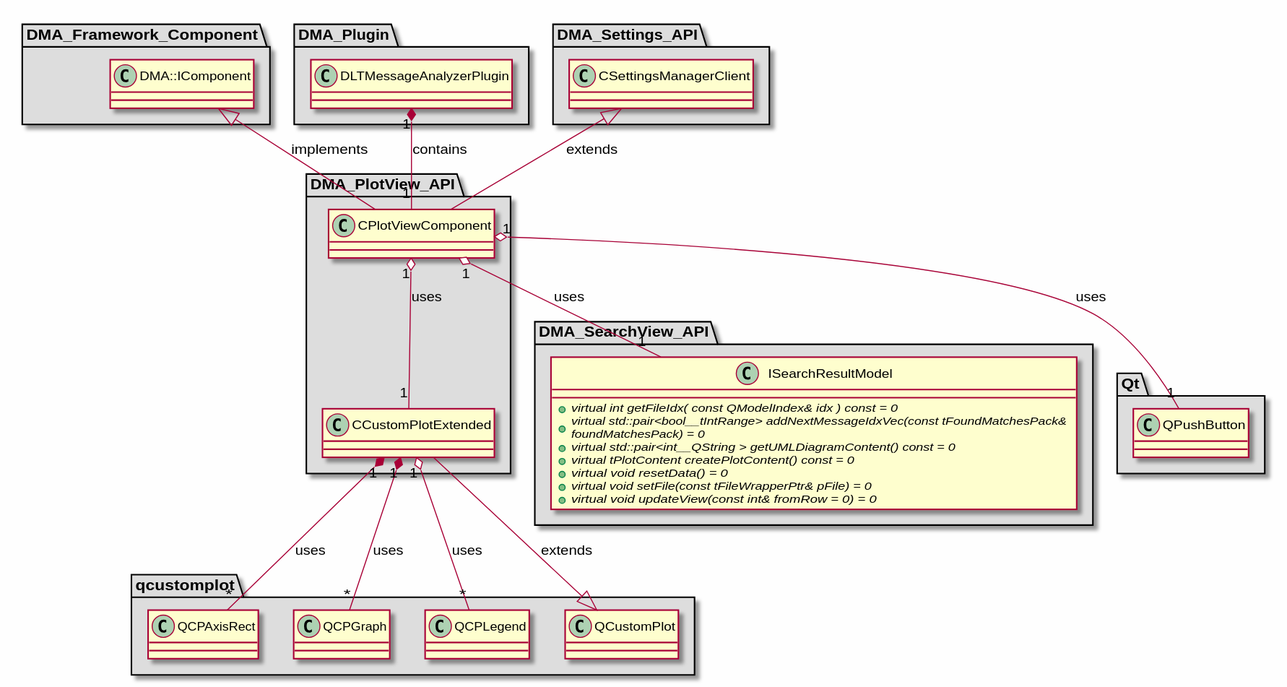
Earlier version of the PlantUML export md/dev_docs/puml/DMA_PlotView_API.svg (svlad-90/DLT-Message-Analyzer). Its diagram source:
```plantuml
@startuml

skinparam backgroundColor #FEFEFE
skinparam wrapWidth 600
package "DMA_Framework_Component" #DDDDDD
{

class "DMA::IComponent"
{
}

}

package "DMA_PlotView_API" #DDDDDD
{

class "CCustomPlotExtended"
{
}

class "CPlotViewComponent"
{
}

}

package "DMA_Plugin" #DDDDDD
{

class "DLTMessageAnalyzerPlugin"
{
}

}

package "DMA_SearchView_API" #DDDDDD
{

class "ISearchResultModel"
{
    + {abstract} virtual int getFileIdx( const QModelIndex& idx ) const = 0
    + {abstract} virtual std::pair<bool__tIntRange> addNextMessageIdxVec(const tFoundMatchesPack& foundMatchesPack) = 0
    + {abstract} virtual std::pair<int__QString > getUMLDiagramContent() const = 0
    + {abstract} virtual tPlotContent createPlotContent() const = 0
    + {abstract} virtual void resetData() = 0
    + {abstract} virtual void setFile(const tFileWrapperPtr& pFile) = 0
    + {abstract} virtual void updateView(const int& fromRow = 0) = 0
}

}

package "DMA_Settings_API" #DDDDDD
{

class "CSettingsManagerClient"
{
}

}

package "Qt" #DDDDDD
{

class "QPushButton"
{
}

}

package "qcustomplot" #DDDDDD
{

class "QCPAxisRect"
{
}

class "QCPGraph"
{
}

class "QCPLegend"
{
}

class "QCustomPlot"
{
}

}

QCustomPlot <|-- CCustomPlotExtended : extends
CSettingsManagerClient <|-- CPlotViewComponent : extends
DMA::IComponent <|-- CPlotViewComponent : implements

CCustomPlotExtended "1" *-- "*" QCPAxisRect : uses
CCustomPlotExtended "1" *-- "*" QCPGraph : uses
CCustomPlotExtended "1" o-- "*" QCPLegend : uses
CPlotViewComponent "1" o-- "1" CCustomPlotExtended : uses
CPlotViewComponent "1" o-- "1" ISearchResultModel : uses
CPlotViewComponent "1" o-- "1" QPushButton : uses
DLTMessageAnalyzerPlugin "1" *-- "1" CPlotViewComponent : contains

@enduml
```
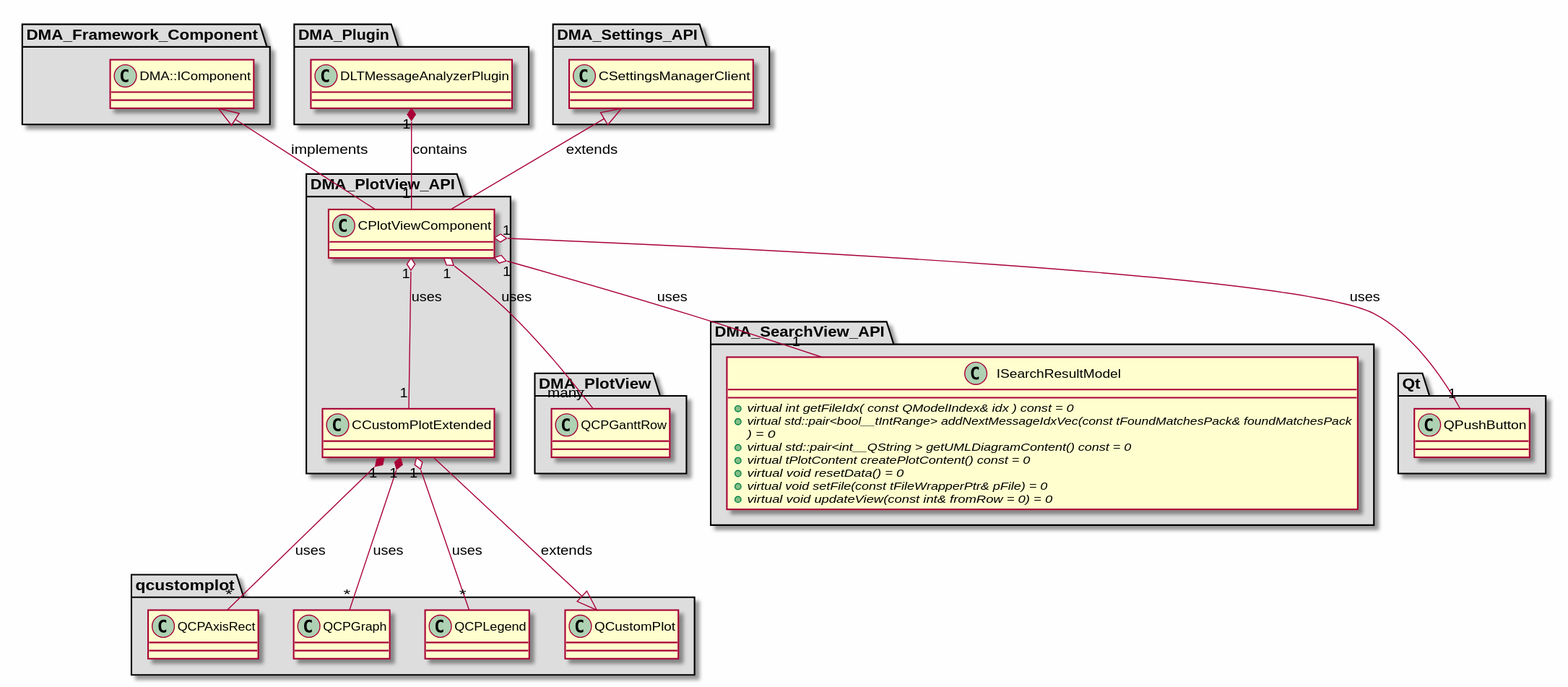
The same file after the commit.

Diff of the diagram source:
```diff
@@ -6,6 +6,15 @@
 {
 
 class "DMA::IComponent"
+{
+}
+
+}
+
+package "DMA_PlotView" #DDDDDD
+{
+
+class "QCPGanttRow"
 {
 }
 
@@ -97,6 +106,7 @@
 CCustomPlotExtended "1" o-- "*" QCPLegend : uses
 CPlotViewComponent "1" o-- "1" CCustomPlotExtended : uses
 CPlotViewComponent "1" o-- "1" ISearchResultModel : uses
+CPlotViewComponent "1" o-- "many" QCPGanttRow : uses
 CPlotViewComponent "1" o-- "1" QPushButton : uses
 DLTMessageAnalyzerPlugin "1" *-- "1" CPlotViewComponent : contains
 
```
